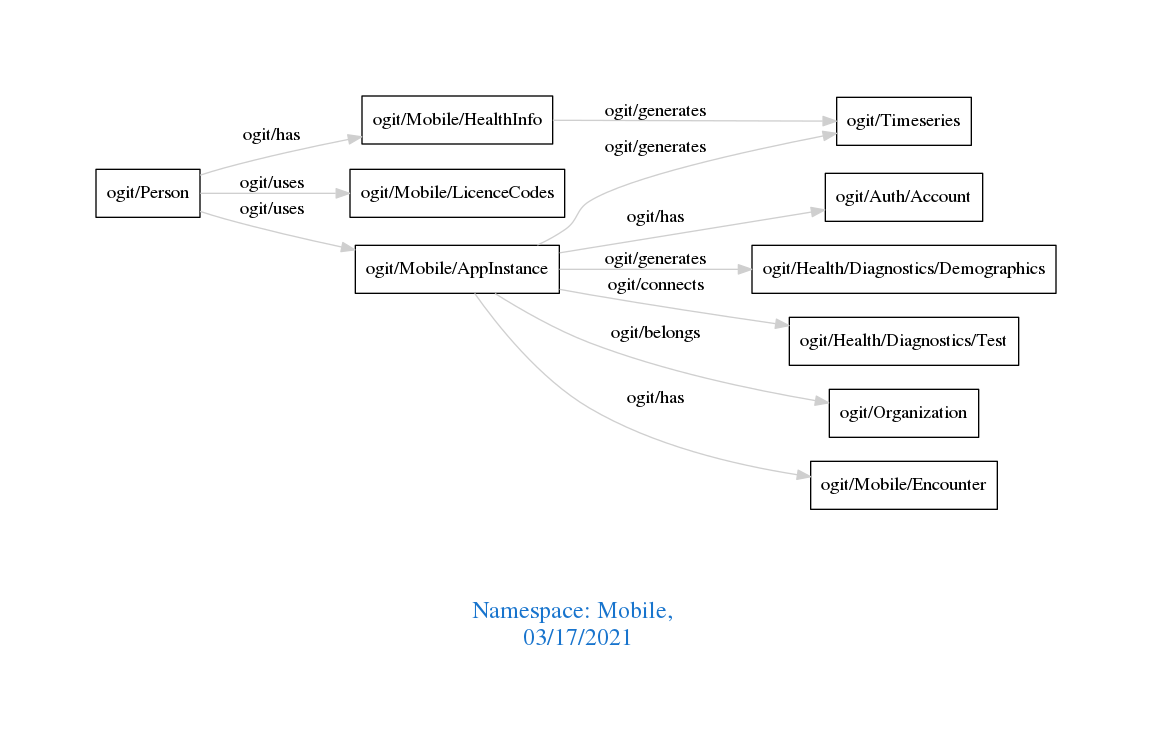
This is downloads/Mobile.png from arago/OGIT, a Graphviz export, as it was before one commit. Its source is kept beside it as downloads/Mobile.dot.
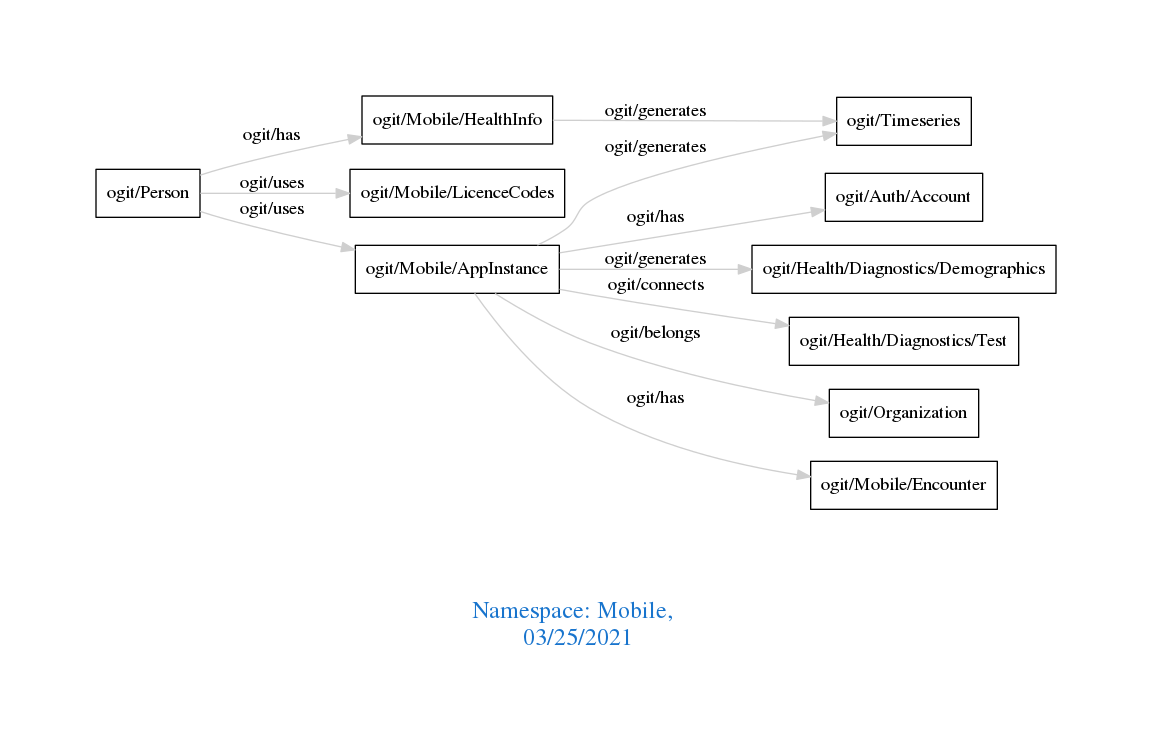
Above is the later version.

Change to the diagram source:
```diff
@@ -1,7 +1,7 @@
 digraph OGIT_ontology {
  graph [ rankdir= LR,pad=1
 fontsize = 18,
-fontcolor= dodgerblue3,label = "\n\n\nNamespace: Mobile, \n 03/17/2021"];
+fontcolor= dodgerblue3,label = "\n\n\nNamespace: Mobile, \n 03/25/2021"];
 node[shape=polygon];
 edge [  color="gray81"];
 
```
